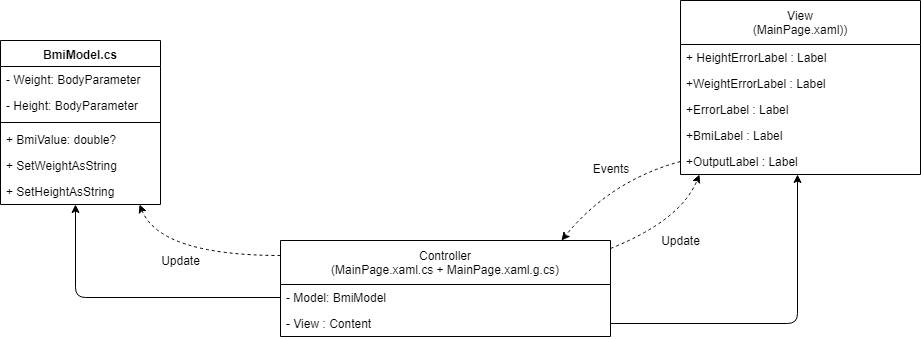
The draw.io diagram docs/Chapters/Chapter_1_Introduction/img/mvc_bmi_est.png in UniversityOfPlymouthComputing/MobileDev-XamarinForms, before a commit. Source tidied: cells renumbered, new cells last; positions are measured from the earlier drawing's top-left corner, leaving out a move shared by most shapes. Its diagram source:
```xml
<mxGraphModel>
  <root>
    <mxCell id="0" style="html=1;" />
    <mxCell id="1" style="html=1;" parent="0" />
    <mxCell id="2" value="Controller &#10;(MainPage.xaml.cs + MainPage.xaml.g.cs)" style="swimlane;fontStyle=0;horizontal=1;startSize=44;fillColor=none;" parent="1" vertex="1">
      <mxGeometry x="280" y="240" width="330" height="96" as="geometry" />
    </mxCell>
    <mxCell id="3" value="- Model: BmiModel" style="text;strokeColor=none;fillColor=none;align=left;verticalAlign=top;spacingLeft=4;spacingRight=4;overflow=hidden;points=[[0,0.5],[1,0.5]];portConstraint=eastwest;" parent="2" vertex="1">
      <mxGeometry y="44" width="330" height="26" as="geometry" />
    </mxCell>
    <mxCell id="4" value="- View : Content" style="text;strokeColor=none;fillColor=none;align=left;verticalAlign=top;spacingLeft=4;spacingRight=4;overflow=hidden;points=[[0,0.5],[1,0.5]];portConstraint=eastwest;" parent="2" vertex="1">
      <mxGeometry y="70" width="330" height="26" as="geometry" />
    </mxCell>
    <mxCell id="5" value="BmiModel.cs" style="swimlane;fontStyle=1;align=center;verticalAlign=top;horizontal=1;startSize=26;" parent="1" vertex="1">
      <mxGeometry y="40" width="160" height="164" as="geometry" />
    </mxCell>
    <mxCell id="6" value="- Weight: BodyParameter" style="text;strokeColor=none;fillColor=none;align=left;verticalAlign=top;spacingLeft=4;spacingRight=4;overflow=hidden;" parent="5" vertex="1">
      <mxGeometry y="26" width="160" height="26" as="geometry" />
    </mxCell>
    <mxCell id="7" value="- Height: BodyParameter" style="text;strokeColor=none;fillColor=none;align=left;verticalAlign=top;spacingLeft=4;spacingRight=4;overflow=hidden;" parent="5" vertex="1">
      <mxGeometry y="52" width="160" height="26" as="geometry" />
    </mxCell>
    <mxCell id="8" style="line;strokeWidth=1;fillColor=none;align=left;verticalAlign=middle;spacingTop=-1;spacingLeft=3;spacingRight=3;labelPosition=right;" parent="5" vertex="1">
      <mxGeometry y="78" width="160" height="8" as="geometry" />
    </mxCell>
    <mxCell id="9" value="+ BmiValue: double?" style="text;strokeColor=none;fillColor=none;align=left;verticalAlign=top;spacingLeft=4;spacingRight=4;overflow=hidden;" parent="5" vertex="1">
      <mxGeometry y="86" width="160" height="26" as="geometry" />
    </mxCell>
    <mxCell id="10" value="+ SetWeightAsString" style="text;strokeColor=none;fillColor=none;align=left;verticalAlign=top;spacingLeft=4;spacingRight=4;overflow=hidden;" parent="5" vertex="1">
      <mxGeometry y="112" width="160" height="26" as="geometry" />
    </mxCell>
    <mxCell id="11" value="+ SetHeightAsString" style="text;strokeColor=none;fillColor=none;align=left;verticalAlign=top;spacingLeft=4;spacingRight=4;overflow=hidden;points=[[0,0.5],[1,0.5]];portConstraint=eastwest;" parent="5" vertex="1">
      <mxGeometry y="138" width="160" height="26" as="geometry" />
    </mxCell>
    <mxCell id="12" value="View&#10;(MainPage.xaml))" style="swimlane;fontStyle=0;horizontal=1;startSize=44;fillColor=none;" parent="1" vertex="1">
      <mxGeometry x="680" width="240" height="174" as="geometry" />
    </mxCell>
    <mxCell id="13" value="+ HeightErrorLabel : Label" style="text;strokeColor=none;fillColor=none;align=left;verticalAlign=top;spacingLeft=4;spacingRight=4;overflow=hidden;" parent="12" vertex="1">
      <mxGeometry y="44" width="240" height="26" as="geometry" />
    </mxCell>
    <mxCell id="14" value="+WeightErrorLabel : Label" style="text;strokeColor=none;fillColor=none;align=left;verticalAlign=top;spacingLeft=4;spacingRight=4;overflow=hidden;" parent="12" vertex="1">
      <mxGeometry y="70" width="240" height="26" as="geometry" />
    </mxCell>
    <mxCell id="15" value="+ErrorLabel : Label" style="text;strokeColor=none;fillColor=none;align=left;verticalAlign=top;spacingLeft=4;spacingRight=4;overflow=hidden;" parent="12" vertex="1">
      <mxGeometry y="96" width="240" height="26" as="geometry" />
    </mxCell>
    <mxCell id="16" value="+BmiLabel : Label" style="text;strokeColor=none;fillColor=none;align=left;verticalAlign=top;spacingLeft=4;spacingRight=4;overflow=hidden;" parent="12" vertex="1">
      <mxGeometry y="122" width="240" height="26" as="geometry" />
    </mxCell>
    <mxCell id="17" value="+OutputLabel : Label" style="text;strokeColor=none;fillColor=none;align=left;verticalAlign=top;spacingLeft=4;spacingRight=4;overflow=hidden;points=[[0,0.5],[1,0.5]];portConstraint=eastwest;" parent="12" vertex="1">
      <mxGeometry y="148" width="240" height="26" as="geometry" />
    </mxCell>
    <mxCell id="18" style="edgeStyle=orthogonalEdgeStyle;rounded=1;jettySize=auto;html=1;exitX=0;exitY=0.5;exitDx=0;exitDy=0;entryX=0.47;entryY=1;entryDx=0;entryDy=0;entryPerimeter=0;" parent="1" edge="1" source="3" target="11">
      <mxGeometry relative="1" as="geometry" />
    </mxCell>
    <mxCell id="19" style="edgeStyle=orthogonalEdgeStyle;rounded=1;jettySize=auto;html=1;exitX=1;exitY=0.5;exitDx=0;exitDy=0;entryX=0.487;entryY=0.985;entryDx=0;entryDy=0;entryPerimeter=0;" parent="1" edge="1" source="4" target="17">
      <mxGeometry relative="1" as="geometry" />
    </mxCell>
    <mxCell id="20" style="endArrow=classic;html=1;entryX=0.851;entryY=0;entryDx=0;entryDy=0;entryPerimeter=0;exitX=0;exitY=0.5;exitDx=0;exitDy=0;dashed=1;curved=1;" parent="1" edge="1" source="17" target="2">
      <mxGeometry relative="1" as="geometry">
        <Array as="points">
          <mxPoint x="610" y="180" />
        </Array>
      </mxGeometry>
    </mxCell>
    <mxCell id="21" style="endArrow=classic;html=1;entryX=0.08;entryY=0.985;entryDx=0;entryDy=0;entryPerimeter=0;exitX=1.001;exitY=0.083;exitDx=0;exitDy=0;dashed=1;exitPerimeter=0;curved=1;" parent="1" edge="1" source="2" target="17">
      <mxGeometry relative="1" as="geometry">
        <Array as="points">
          <mxPoint x="680" y="220" />
        </Array>
      </mxGeometry>
    </mxCell>
    <mxCell id="22" value="Update" style="text;html=1;strokeColor=none;fillColor=none;align=center;verticalAlign=middle;whiteSpace=wrap;rounded=0;" parent="1" vertex="1">
      <mxGeometry x="660" y="230" width="40" height="20" as="geometry" />
    </mxCell>
    <mxCell id="23" value="Events" style="text;html=1;strokeColor=none;fillColor=none;align=center;verticalAlign=middle;whiteSpace=wrap;rounded=0;" parent="1" vertex="1">
      <mxGeometry x="590" y="158" width="40" height="20" as="geometry" />
    </mxCell>
    <mxCell id="24" style="endArrow=none;dashed=1;html=1;entryX=0.002;entryY=0.158;entryDx=0;entryDy=0;entryPerimeter=0;endFill=0;startArrow=classic;startFill=1;curved=1;exitX=0.87;exitY=1;exitDx=0;exitDy=0;exitPerimeter=0;" parent="1" edge="1" source="11" target="2">
      <mxGeometry relative="1" as="geometry">
        <Array as="points">
          <mxPoint x="160" y="255" />
        </Array>
      </mxGeometry>
    </mxCell>
    <mxCell id="25" value="Update" style="text;html=1;strokeColor=none;fillColor=none;align=center;verticalAlign=middle;whiteSpace=wrap;rounded=0;" parent="1" vertex="1">
      <mxGeometry x="160" y="250" width="40" height="20" as="geometry" />
    </mxCell>
  </root>
</mxGraphModel>
```
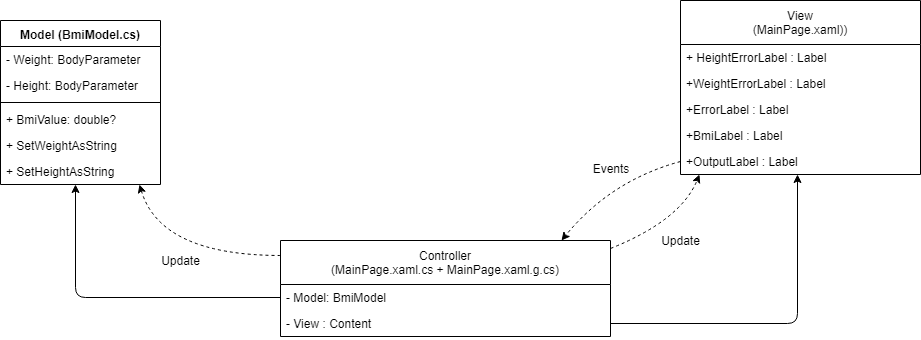
Above is the later version.

Commit message:
Updated MVC diagram

The edit, as a diff of the source:
```diff
@@ -11,8 +11,8 @@
     <mxCell id="4" value="- View : Content" style="text;strokeColor=none;fillColor=none;align=left;verticalAlign=top;spacingLeft=4;spacingRight=4;overflow=hidden;points=[[0,0.5],[1,0.5]];portConstraint=eastwest;" parent="2" vertex="1">
       <mxGeometry y="70" width="330" height="26" as="geometry" />
     </mxCell>
-    <mxCell id="5" value="BmiModel.cs" style="swimlane;fontStyle=1;align=center;verticalAlign=top;horizontal=1;startSize=26;" parent="1" vertex="1">
-      <mxGeometry y="40" width="160" height="164" as="geometry" />
+    <mxCell id="5" value="Model (BmiModel.cs)" style="swimlane;fontStyle=1;align=center;verticalAlign=top;horizontal=1;startSize=26;" parent="1" vertex="1">
+      <mxGeometry y="20" width="160" height="164" as="geometry" />
     </mxCell>
     <mxCell id="6" value="- Weight: BodyParameter" style="text;strokeColor=none;fillColor=none;align=left;verticalAlign=top;spacingLeft=4;spacingRight=4;overflow=hidden;" parent="5" vertex="1">
       <mxGeometry y="26" width="160" height="26" as="geometry" />
```
